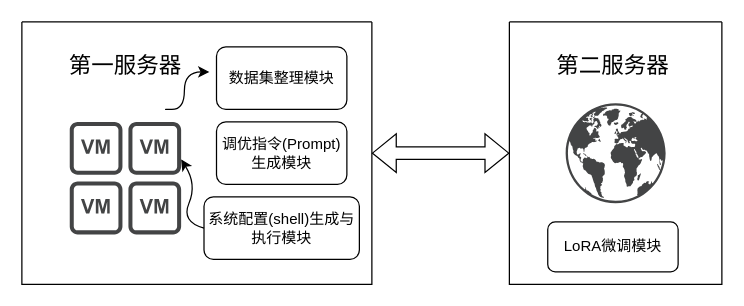
Before: page "第 5 页" (5 of 7) of Agent-1.drawio in Dong-J93/_pictures, a draw.io diagram. Source tidied: cells renumbered, new cells numbered last; positions are measured from the earlier drawing's top-left corner, leaving out a move shared by most shapes. Both pictures are drawn from the tidied source at 125%, with x=0, y=0 at pixel (21, 21).
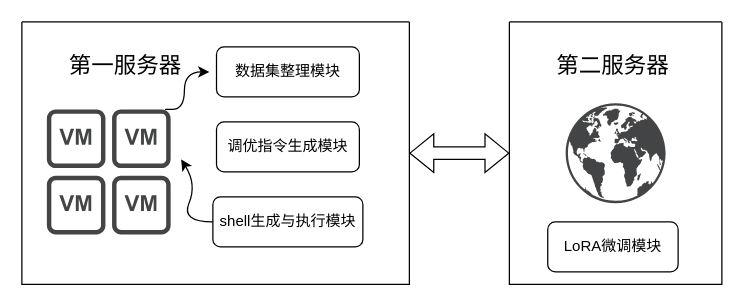
The same page after the edit.

The edit, as a diff of the source:
```diff
@@
 <mxGraphModel>
   <root>
     <mxCell id="0" />
     <mxCell id="1" parent="0" />
     <mxCell id="2" style="swimlane;startSize=0;" parent="1" vertex="1">
-      <mxGeometry width="280" height="210" as="geometry" />
+      <mxGeometry width="310" height="210" as="geometry" />
     </mxCell>
     <mxCell id="3" value="&lt;span style=&quot;font-size: 18px;&quot;&gt;第一服务器&lt;/span&gt;" style="text;html=1;align=center;verticalAlign=middle;whiteSpace=wrap;rounded=0;" parent="2" vertex="1">
       <mxGeometry x="10" y="10" width="145.7" height="50" as="geometry" />
     </mxCell>
     <mxCell id="4" style="sketch=0;shadow=0;dashed=0;html=1;strokeColor=none;fillColor=#434445;labelPosition=center;verticalLabelPosition=bottom;verticalAlign=top;align=center;shape=mxgraph.vvd.vm_group;" parent="2" vertex="1">
-      <mxGeometry x="38.3" y="80" width="89.1" height="90" as="geometry" />
+      <mxGeometry x="20" y="70" width="99" height="100" as="geometry" />
     </mxCell>
     <mxCell id="5" value="数据集整理模块" style="rounded=1;whiteSpace=wrap;html=1;" parent="2" vertex="1">
-      <mxGeometry x="155.7" y="20" width="104.3" height="50" as="geometry" />
+      <mxGeometry x="155.7" y="20" width="114.3" height="40" as="geometry" />
     </mxCell>
-    <mxCell id="6" value="调优指令(Prompt)生成模块" style="rounded=1;whiteSpace=wrap;html=1;" parent="2" vertex="1">
-      <mxGeometry x="155.7" y="80" width="104.3" height="50" as="geometry" />
+    <mxCell id="6" value="调优指令生成模块" style="rounded=1;whiteSpace=wrap;html=1;" parent="2" vertex="1">
+      <mxGeometry x="155.7" y="80" width="114.3" height="40" as="geometry" />
     </mxCell>
-    <mxCell id="7" value="系统配置(shell)生成与执行模块" style="rounded=1;whiteSpace=wrap;html=1;" parent="2" vertex="1">
-      <mxGeometry x="145.7" y="140" width="124.3" height="50" as="geometry" />
+    <mxCell id="7" value="shell生成与执行模块" style="rounded=1;whiteSpace=wrap;html=1;" parent="2" vertex="1">
+      <mxGeometry x="152.8" y="140" width="120" height="40" as="geometry" />
     </mxCell>
     <mxCell id="8" style="curved=1;endArrow=classic;html=1;rounded=0;" parent="2" edge="1">
       <mxGeometry relative="1" as="geometry">
         <mxPoint x="120" y="70" as="sourcePoint" />
         <mxPoint x="150" y="40" as="targetPoint" />
         <Array as="points">
           <mxPoint x="110" y="70" />
           <mxPoint x="130" y="70" />
           <mxPoint x="130" y="40" />
         </Array>
       </mxGeometry>
     </mxCell>
     <mxCell id="9" style="curved=1;endArrow=classic;html=1;rounded=0;exitX=0;exitY=0.5;exitDx=0;exitDy=0;" parent="2" edge="1" source="7">
       <mxGeometry relative="1" as="geometry">
         <mxPoint x="127.4" y="110" as="targetPoint" />
         <Array as="points">
           <mxPoint x="127.4" y="160" />
           <mxPoint x="140" y="130" />
         </Array>
       </mxGeometry>
     </mxCell>
     <mxCell id="10" style="swimlane;startSize=0;" parent="1" vertex="1">
       <mxGeometry x="390" width="170" height="210" as="geometry" />
     </mxCell>
     <mxCell id="11" value="&lt;span style=&quot;font-size: 18px;&quot;&gt;第二服务器&lt;/span&gt;" style="text;html=1;align=center;verticalAlign=middle;whiteSpace=wrap;rounded=0;" parent="10" vertex="1">
       <mxGeometry x="10" y="10" width="145.7" height="50" as="geometry" />
     </mxCell>
     <mxCell id="12" style="sketch=0;shadow=0;dashed=0;html=1;strokeColor=none;fillColor=#434445;labelPosition=center;verticalLabelPosition=bottom;verticalAlign=top;align=center;shape=mxgraph.vvd.networking;" parent="10" vertex="1">
       <mxGeometry x="45" y="65" width="80" height="80" as="geometry" />
     </mxCell>
     <mxCell id="13" value="LoRA微调模块" style="rounded=1;whiteSpace=wrap;html=1;" parent="10" vertex="1">
       <mxGeometry x="30.7" y="160" width="104.3" height="40" as="geometry" />
     </mxCell>
     <mxCell id="14" style="shape=flexArrow;endArrow=classic;startArrow=classic;html=1;rounded=0;entryX=0;entryY=0.5;entryDx=0;entryDy=0;exitX=1;exitY=0.5;exitDx=0;exitDy=0;" parent="1" edge="1" source="2" target="10">
       <mxGeometry relative="1" as="geometry" />
     </mxCell>
   </root>
 </mxGraphModel>
```
